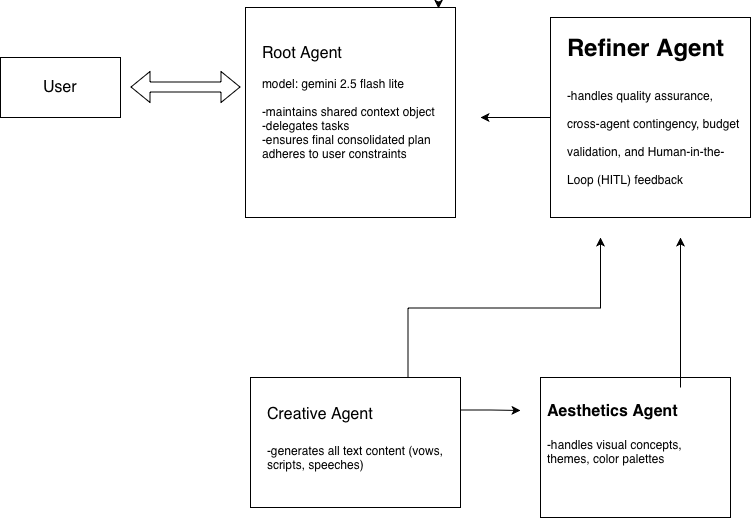
Before: wedding_agent/Wedding Agent.drawio.png, a diagram exported from draw.io (GaemiStudio/Agent-EverAfter-Engine). Source tidied: cells renumbered, new cells last; positions are measured from the earlier drawing's top-left corner, leaving out a move shared by most shapes.
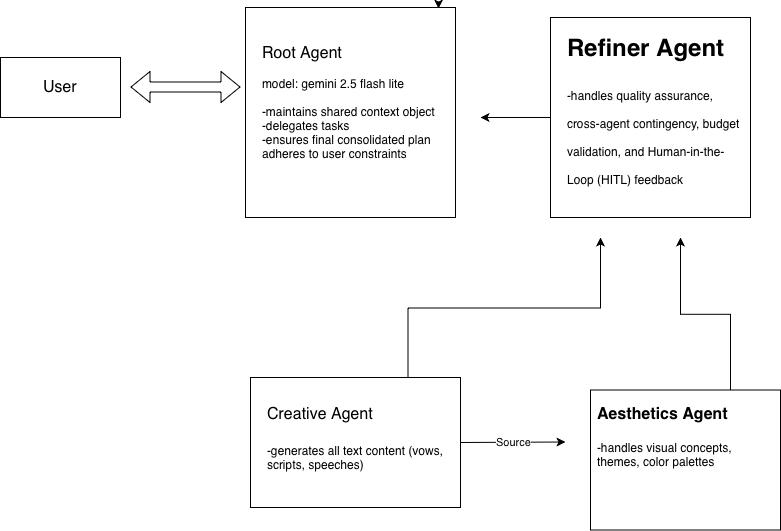
After the commit.

The edit, as a diff of the source:
```diff
@@ -8,11 +8,6 @@
     <mxCell id="3" value="&lt;font style=&quot;font-size: 16px;&quot;&gt;Root Agent&lt;/font&gt;&lt;div&gt;&lt;br&gt;&lt;/div&gt;&lt;div&gt;model: gemini 2.5 flash lite&lt;/div&gt;&lt;div&gt;&lt;br&gt;&lt;/div&gt;&lt;div&gt;-maintains shared context object&lt;/div&gt;&lt;div&gt;-delegates tasks&lt;/div&gt;&lt;div&gt;-ensures final consolidated plan adheres to user constraints&lt;/div&gt;" style="text;html=1;whiteSpace=wrap;overflow=hidden;rounded=0;labelBackgroundColor=light-dark(default, #ffffff);" parent="1" vertex="1">
       <mxGeometry x="260" y="30" width="180" height="150" as="geometry" />
     </mxCell>
-    <mxCell id="4" style="edgeStyle=orthogonalEdgeStyle;rounded=0;jettySize=auto;html=1;exitX=1;exitY=0.25;exitDx=0;exitDy=0;" parent="1" edge="1" source="6">
-      <mxGeometry relative="1" as="geometry">
-        <mxPoint x="520" y="403" as="targetPoint" />
-      </mxGeometry>
-    </mxCell>
     <mxCell id="5" style="edgeStyle=orthogonalEdgeStyle;rounded=0;jettySize=auto;html=1;exitX=0.75;exitY=0;exitDx=0;exitDy=0;" parent="1" edge="1" source="6">
       <mxGeometry relative="1" as="geometry">
         <mxPoint x="600" y="230" as="targetPoint" />
@@ -37,7 +32,7 @@
       <mxGeometry x="30" y="65" width="60" height="30" as="geometry" />
     </mxCell>
     <mxCell id="12" style="rounded=0;whiteSpace=wrap;html=1;" parent="1" vertex="1">
-      <mxGeometry x="540" y="370" width="190" height="140" as="geometry" />
+      <mxGeometry x="590" y="382.5" width="190" height="140" as="geometry" />
     </mxCell>
     <mxCell id="13" style="edgeStyle=orthogonalEdgeStyle;rounded=0;jettySize=auto;html=1;exitX=0.75;exitY=0;exitDx=0;exitDy=0;" parent="1" edge="1" source="14">
       <mxGeometry relative="1" as="geometry">
@@ -45,7 +40,7 @@
       </mxGeometry>
     </mxCell>
     <mxCell id="14" value="&lt;h1 style=&quot;margin-top: 0px;&quot;&gt;&lt;font style=&quot;font-size: 16px;&quot;&gt;Aesthetics Agent&lt;/font&gt;&lt;/h1&gt;&lt;div&gt;&lt;font&gt;-handles visual concepts, themes, color palettes&lt;/font&gt;&lt;/div&gt;" style="text;html=1;whiteSpace=wrap;overflow=hidden;rounded=0;" parent="1" vertex="1">
-      <mxGeometry x="545" y="380" width="180" height="120" as="geometry" />
+      <mxGeometry x="595" y="382.5" width="180" height="120" as="geometry" />
     </mxCell>
     <mxCell id="15" style="edgeStyle=orthogonalEdgeStyle;rounded=0;orthogonalLoop=1;jettySize=auto;html=1;" parent="1" edge="1">
       <mxGeometry relative="1" as="geometry">
@@ -68,5 +63,13 @@
         <mxPoint x="240" y="79.5" as="targetPoint" />
       </mxGeometry>
     </mxCell>
+    <mxCell id="19" style="endArrow=classic;html=1;rounded=0;exitX=1;exitY=0.5;exitDx=0;exitDy=0;" parent="1" edge="1" source="6">
+      <mxGeometry relative="1" as="geometry">
+        <mxPoint x="565" y="434.5" as="targetPoint" />
+      </mxGeometry>
+    </mxCell>
+    <mxCell id="20" value="Source" style="edgeLabel;html=1;align=center;verticalAlign=middle;" parent="19" vertex="1">
+      <mxGeometry relative="1" as="geometry" />
+    </mxCell>
   </root>
 </mxGraphModel>
```
